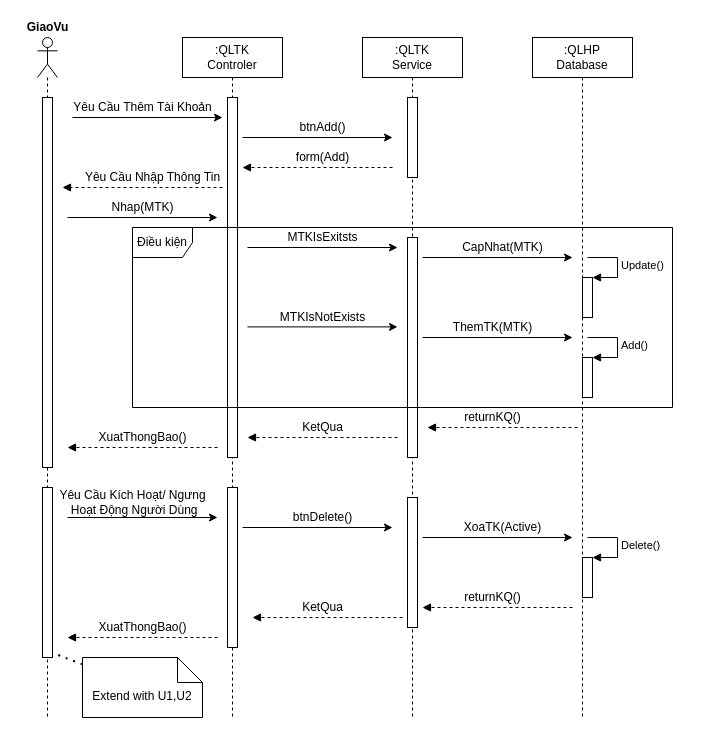
Earlier version of the draw.io diagram U4 new.drawio (haihak/haihak). Source tidied: cells renumbered, new cells numbered last; positions are measured from the earlier drawing's top-left corner, leaving out a move shared by most shapes. Both pictures are drawn from the tidied source at 100%, with x=0, y=0 at pixel (17, 17).
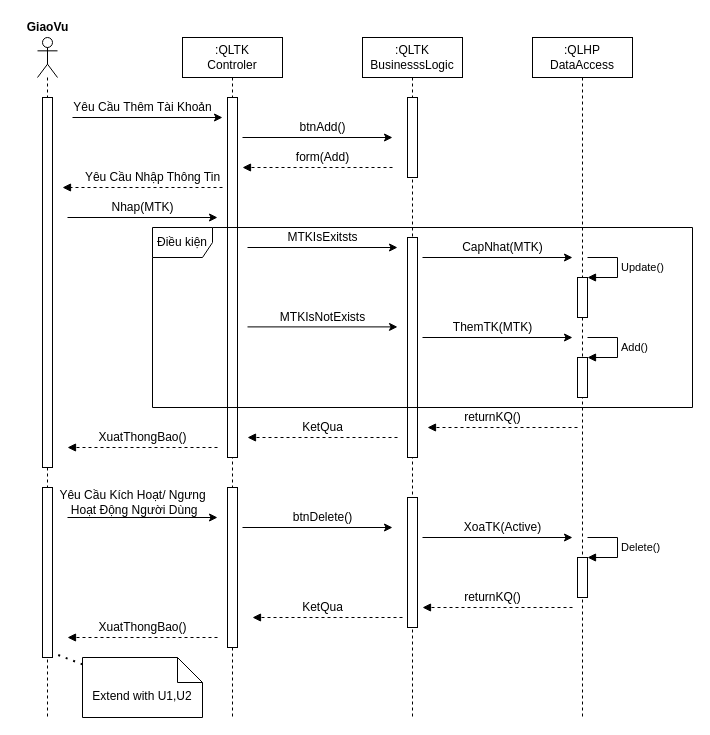
After the change.

Change to the diagram source:
```diff
@@
-    <mxCell id="10" value=":QLTK&lt;br&gt;Service" style="shape=umlLifeline;perimeter=lifelinePerimeter;whiteSpace=wrap;html=1;" parent="1" vertex="1">
+    <mxCell id="10" value=":QLTK&lt;br&gt;BusinesssLogic" style="shape=umlLifeline;perimeter=lifelinePerimeter;whiteSpace=wrap;html=1;" parent="1" vertex="1">
       <mxGeometry x="345" y="20" width="100" height="680" as="geometry" />
     </mxCell>
@@
-    <mxCell id="17" value=":QLHP&lt;br&gt;Database" style="shape=umlLifeline;perimeter=lifelinePerimeter;whiteSpace=wrap;html=1;" parent="1" vertex="1">
+    <mxCell id="17" value=":QLHP&lt;br&gt;DataAccess" style="shape=umlLifeline;perimeter=lifelinePerimeter;whiteSpace=wrap;html=1;" parent="1" vertex="1">
       <mxGeometry x="515" y="20" width="100" height="680" as="geometry" />
     </mxCell>
     <mxCell id="18" style="html=1;points=[];perimeter=orthogonalPerimeter;" parent="17" vertex="1">
-      <mxGeometry x="50" y="240" width="10" height="40" as="geometry" />
+      <mxGeometry x="45" y="240" width="10" height="40" as="geometry" />
     </mxCell>
@@
     <mxCell id="20" style="html=1;points=[];perimeter=orthogonalPerimeter;" parent="17" vertex="1">
-      <mxGeometry x="50" y="320" width="10" height="40" as="geometry" />
+      <mxGeometry x="45" y="320" width="10" height="40" as="geometry" />
     </mxCell>
@@
     <mxCell id="22" style="html=1;points=[];perimeter=orthogonalPerimeter;" parent="17" vertex="1">
-      <mxGeometry x="50" y="520" width="10" height="40" as="geometry" />
+      <mxGeometry x="45" y="520" width="10" height="40" as="geometry" />
     </mxCell>
@@
     <mxCell id="41" value="Điều kiện" style="shape=umlFrame;whiteSpace=wrap;html=1;" parent="1" vertex="1">
-      <mxGeometry x="115" y="210" width="540" height="180" as="geometry" />
+      <mxGeometry x="135" y="210" width="540" height="180" as="geometry" />
     </mxCell>
```
